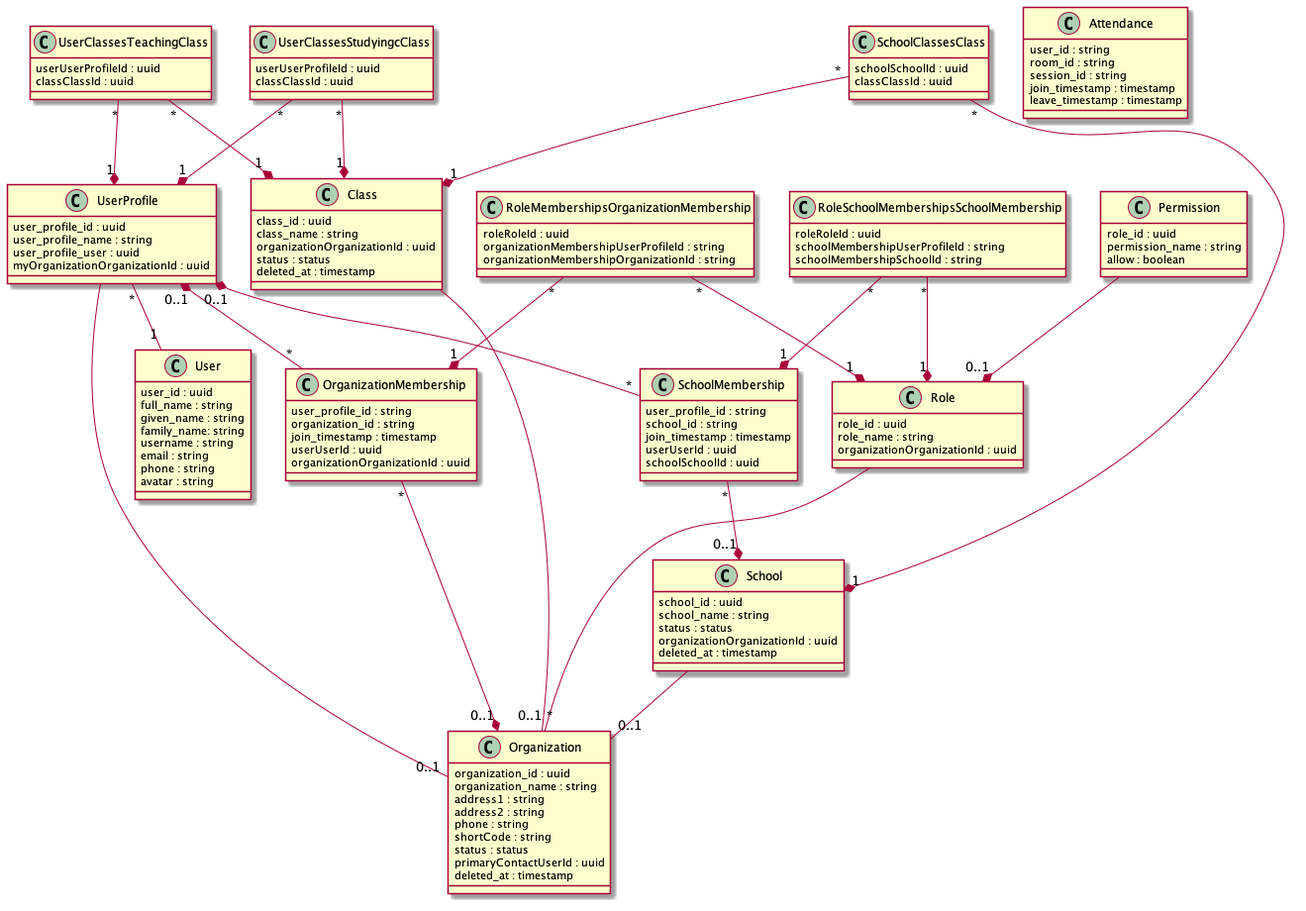
This is documents/dbschema.png from Klasmart-Engineering/user-service, a PlantUML export, as it was before one commit.
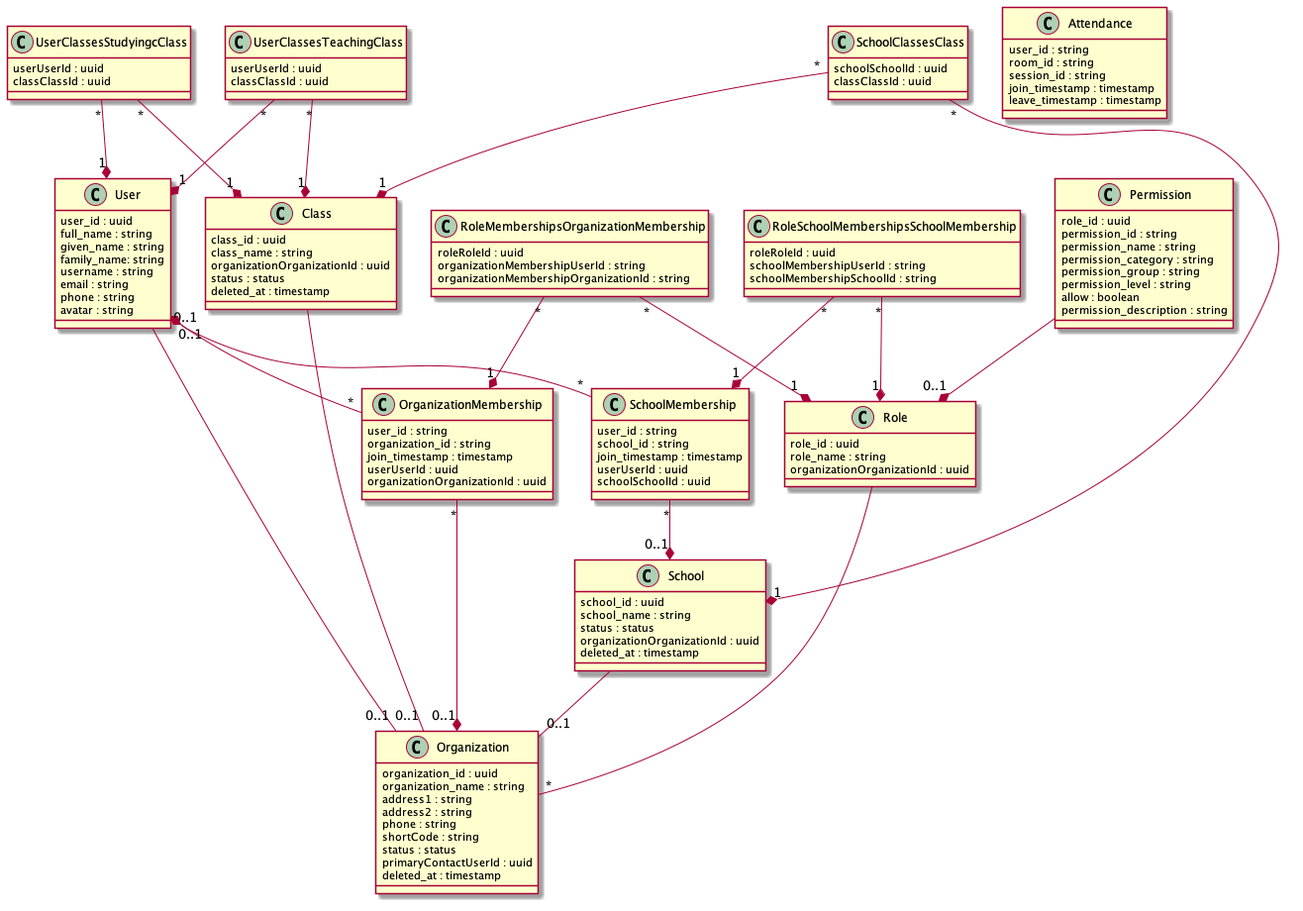
After the commit.

What changed in the source:
```diff
@@ -8,13 +8,6 @@
   email : string
   phone : string
   avatar : string
-}
-
-class UserProfile{
-   user_profile_id : uuid
-   user_profile_name : string
-   user_profile_user : uuid
-   myOrganizationOrganizationId : uuid
 }
 
 class Class {
@@ -38,7 +31,7 @@
 }
 
 class OrganizationMembership {
-  user_profile_id : string
+  user_id : string
   organization_id : string
   join_timestamp : timestamp
   userUserId : uuid
@@ -47,8 +40,13 @@
 
 class Permission {
   role_id : uuid
+  permission_id : string
   permission_name : string
+  permission_category : string
+  permission_group : string
+  permission_level : string
   allow : boolean
+  permission_description : string
 }
 
 class Role {
@@ -66,7 +64,7 @@
 }
 
 class SchoolMembership {
-  user_profile_id : string
+  user_id : string
   school_id : string
   join_timestamp : timestamp
   userUserId : uuid
@@ -83,23 +81,23 @@
 
 class RoleMembershipsOrganizationMembership {
   roleRoleId : uuid
-  organizationMembershipUserProfileId : string
+  organizationMembershipUserId : string
   organizationMembershipOrganizationId : string
 }
 
 class RoleSchoolMembershipsSchoolMembership {
   roleRoleId : uuid
-  schoolMembershipUserProfileId : string
+  schoolMembershipUserId : string
   schoolMembershipSchoolId : string
 }
 
 class UserClassesStudyingcClass {
-  userUserProfileId : uuid
+  userUserId : uuid
   classClassId : uuid
 }
 
 class UserClassesTeachingClass {
-  userUserProfileId : uuid
+  userUserId : uuid
   classClassId : uuid
 }
 
@@ -109,22 +107,21 @@
 }
 
 Role -- "*" Organization
-UserProfile -- "0..1" Organization
-UserProfile "0..1" *-- "*" OrganizationMembership
-UserProfile "*" -- "1" User
+User -- "0..1" Organization
+User "0..1" *-- "*" OrganizationMembership
 OrganizationMembership "*" --* "0..1" Organization
 Class -- "0..1" Organization
 Permission --* "0..1" Role
 School -- "0..1" Organization
-UserProfile "0..1" *-- "*" SchoolMembership
+User "0..1" *-- "*" SchoolMembership
 SchoolMembership "*" --* "0..1" School
 RoleMembershipsOrganizationMembership "*" --* "1" Role
 RoleMembershipsOrganizationMembership "*" --* "1" OrganizationMembership
 RoleSchoolMembershipsSchoolMembership "*" --* "1" Role
 RoleSchoolMembershipsSchoolMembership "*" --* "1" SchoolMembership
-UserClassesStudyingcClass "*" --* "1" UserProfile
+UserClassesStudyingcClass "*" --* "1" User
 UserClassesStudyingcClass "*" --* "1" Class
-UserClassesTeachingClass "*" --* "1" UserProfile
+UserClassesTeachingClass "*" --* "1" User
 UserClassesTeachingClass "*" --* "1" Class
 SchoolClassesClass "*" --* "1" School
 SchoolClassesClass "*" --* "1" Class
```
